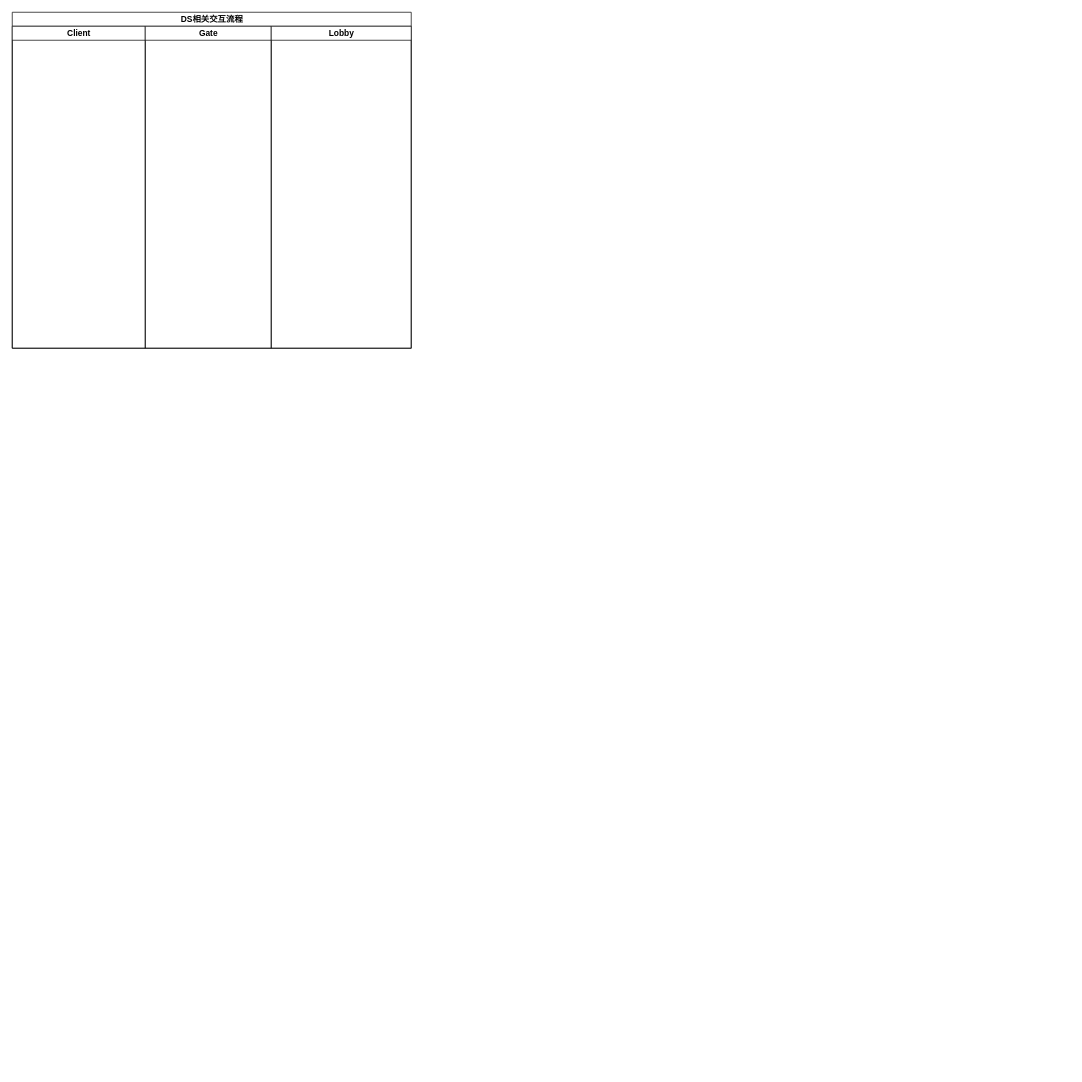
Earlier version of the draw.io diagram 未命名绘图.drawio (doingli/udpprobe). Source tidied: cells renumbered, new cells numbered last; positions are measured from the earlier drawing's top-left corner, leaving out a move shared by most shapes. Both pictures are drawn from the tidied source at 70%, with x=0, y=0 at pixel (12, 12).
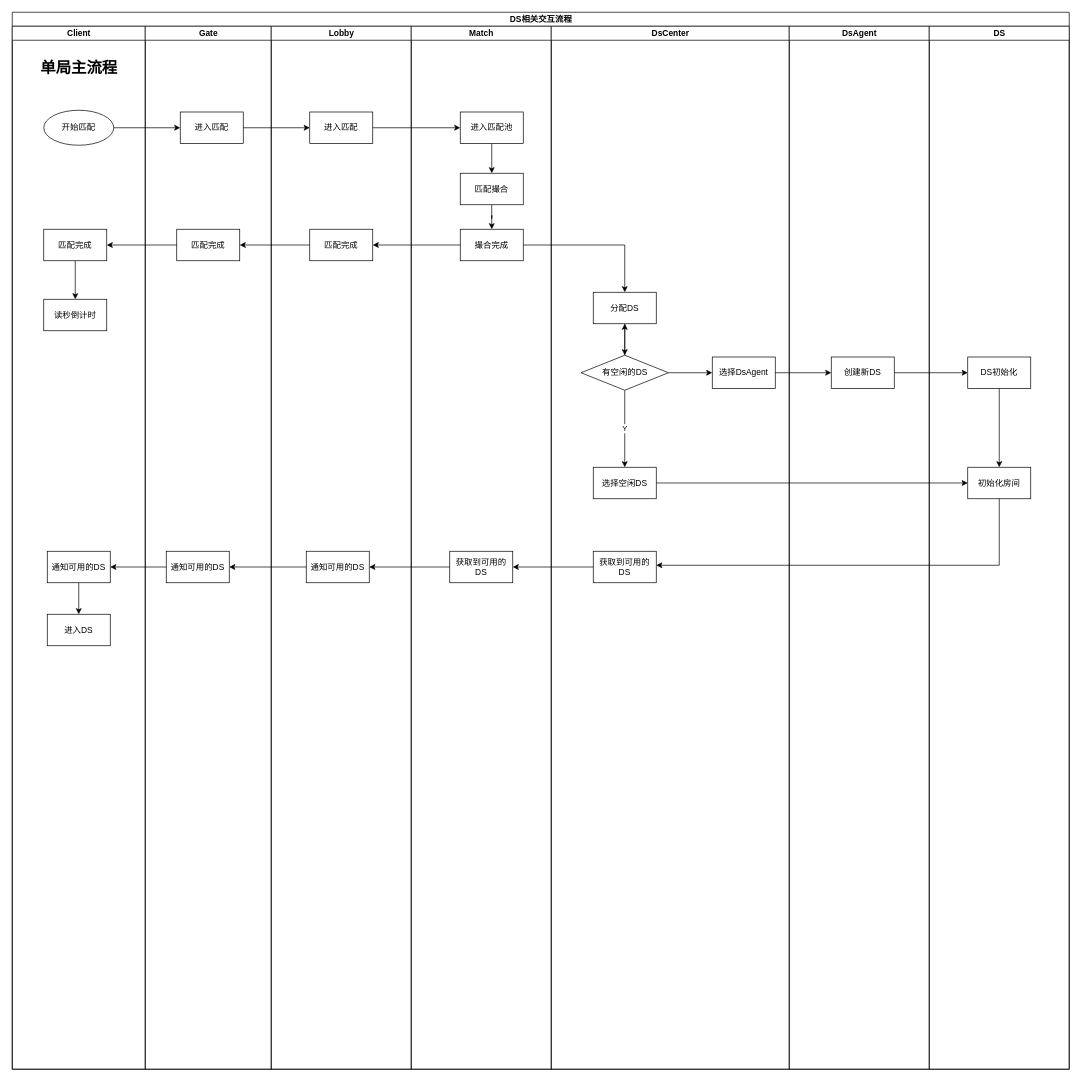
The same page after the edit.

Commit message:
更新未命名绘图.drawio

Change to the diagram source:
```diff
@@
     <mxCell id="2" value="DS相关交互流程" style="swimlane;startSize=20;html=1;" parent="1" vertex="1">
-      <mxGeometry width="570" height="480" as="geometry" />
+      <mxGeometry width="1510" height="1510" as="geometry" />
     </mxCell>
     <mxCell id="3" value="Client" style="swimlane;startSize=20;html=1;" parent="2" vertex="1">
-      <mxGeometry y="20" width="190" height="460" as="geometry" />
+      <mxGeometry y="20" width="190" height="1490" as="geometry" />
     </mxCell>
+    <mxCell id="6" value="开始匹配" style="ellipse;whiteSpace=wrap;html=1;" parent="3" vertex="1">
+      <mxGeometry x="45" y="120" width="100" height="50" as="geometry" />
+    </mxCell>
+    <mxCell id="7" style="edgeStyle=orthogonalEdgeStyle;rounded=0;jettySize=auto;html=1;exitX=0.5;exitY=1;exitDx=0;exitDy=0;entryX=0.5;entryY=0;entryDx=0;entryDy=0;" parent="3" edge="1" source="8" target="9">
+      <mxGeometry relative="1" as="geometry" />
+    </mxCell>
+    <mxCell id="8" value="匹配完成" style="rounded=0;whiteSpace=wrap;html=1;" parent="3" vertex="1">
+      <mxGeometry x="45" y="290" width="90" height="45" as="geometry" />
+    </mxCell>
+    <mxCell id="9" value="读秒倒计时" style="rounded=0;whiteSpace=wrap;html=1;" parent="3" vertex="1">
+      <mxGeometry x="45" y="390" width="90" height="45" as="geometry" />
+    </mxCell>
+    <mxCell id="10" style="edgeStyle=orthogonalEdgeStyle;rounded=0;jettySize=auto;html=1;entryX=0.5;entryY=0;entryDx=0;entryDy=0;" parent="3" edge="1" source="11" target="12">
+      <mxGeometry relative="1" as="geometry" />
+    </mxCell>
+    <mxCell id="11" value="通知可用的DS" style="rounded=0;whiteSpace=wrap;html=1;" parent="3" vertex="1">
+      <mxGeometry x="50" y="750" width="90" height="45" as="geometry" />
+    </mxCell>
+    <mxCell id="12" value="进入DS" style="rounded=0;whiteSpace=wrap;html=1;" parent="3" vertex="1">
+      <mxGeometry x="50" y="840" width="90" height="45" as="geometry" />
+    </mxCell>
+    <mxCell id="13" value="&lt;font style=&quot;font-size: 22px;&quot;&gt;&lt;b&gt;单局主流程&lt;/b&gt;&lt;/font&gt;" style="text;html=1;strokeColor=none;fillColor=none;align=center;verticalAlign=middle;whiteSpace=wrap;rounded=0;" parent="3" vertex="1">
+      <mxGeometry x="8.8" y="30" width="172.5" height="60" as="geometry" />
+    </mxCell>
     <mxCell id="4" value="Gate" style="swimlane;startSize=20;html=1;" parent="2" vertex="1">
-      <mxGeometry x="190" y="20" width="180" height="460" as="geometry" />
+      <mxGeometry x="190" y="20" width="180" height="1490" as="geometry" />
     </mxCell>
+    <mxCell id="14" value="进入匹配" style="rounded=0;whiteSpace=wrap;html=1;" parent="4" vertex="1">
+      <mxGeometry x="50" y="122.5" width="90" height="45" as="geometry" />
+    </mxCell>
+    <mxCell id="15" value="匹配完成" style="rounded=0;whiteSpace=wrap;html=1;" parent="4" vertex="1">
+      <mxGeometry x="45" y="290" width="90" height="45" as="geometry" />
+    </mxCell>
+    <mxCell id="16" value="通知可用的DS" style="rounded=0;whiteSpace=wrap;html=1;" parent="4" vertex="1">
+      <mxGeometry x="30" y="750" width="90" height="45" as="geometry" />
+    </mxCell>
     <mxCell id="5" value="Lobby" style="swimlane;startSize=20;html=1;" parent="2" vertex="1">
-      <mxGeometry x="370" y="20" width="200" height="460" as="geometry" />
+      <mxGeometry x="370" y="20" width="200" height="1490" as="geometry" />
     </mxCell>
+    <mxCell id="17" value="进入匹配" style="rounded=0;whiteSpace=wrap;html=1;" parent="5" vertex="1">
+      <mxGeometry x="55" y="122.5" width="90" height="45" as="geometry" />
+    </mxCell>
+    <mxCell id="18" value="匹配完成" style="rounded=0;whiteSpace=wrap;html=1;" parent="5" vertex="1">
+      <mxGeometry x="55" y="290" width="90" height="45" as="geometry" />
+    </mxCell>
+    <mxCell id="19" value="通知可用的DS" style="rounded=0;whiteSpace=wrap;html=1;" parent="5" vertex="1">
+      <mxGeometry x="50" y="750" width="90" height="45" as="geometry" />
+    </mxCell>
+    <mxCell id="20" value="Match" style="swimlane;startSize=20;html=1;" parent="2" vertex="1">
+      <mxGeometry x="570" y="20" width="200" height="1490" as="geometry" />
+    </mxCell>
+    <mxCell id="21" style="edgeStyle=orthogonalEdgeStyle;rounded=0;jettySize=auto;html=1;exitX=0.5;exitY=1;exitDx=0;exitDy=0;" parent="20" edge="1" source="22" target="24">
+      <mxGeometry relative="1" as="geometry" />
+    </mxCell>
+    <mxCell id="22" value="进入匹配池" style="rounded=0;whiteSpace=wrap;html=1;" parent="20" vertex="1">
+      <mxGeometry x="70" y="122.5" width="90" height="45" as="geometry" />
+    </mxCell>
+    <mxCell id="23" style="edgeStyle=orthogonalEdgeStyle;rounded=0;jettySize=auto;html=1;exitX=0.5;exitY=1;exitDx=0;exitDy=0;" parent="20" edge="1" source="24" target="25">
+      <mxGeometry relative="1" as="geometry" />
+    </mxCell>
+    <mxCell id="24" value="匹配撮合" style="rounded=0;whiteSpace=wrap;html=1;" parent="20" vertex="1">
+      <mxGeometry x="70" y="210" width="90" height="45" as="geometry" />
+    </mxCell>
+    <mxCell id="25" value="撮合完成" style="rounded=0;whiteSpace=wrap;html=1;" parent="20" vertex="1">
+      <mxGeometry x="70" y="290" width="90" height="45" as="geometry" />
+    </mxCell>
+    <mxCell id="26" value="获取到可用的DS" style="rounded=0;whiteSpace=wrap;html=1;" parent="20" vertex="1">
+      <mxGeometry x="55" y="750" width="90" height="45" as="geometry" />
+    </mxCell>
+    <mxCell id="27" style="edgeStyle=orthogonalEdgeStyle;rounded=0;jettySize=auto;html=1;exitX=1;exitY=0.5;exitDx=0;exitDy=0;" parent="2" edge="1" source="35" target="49">
+      <mxGeometry relative="1" as="geometry" />
+    </mxCell>
+    <mxCell id="28" value="DsCenter" style="swimlane;startSize=20;html=1;" parent="2" vertex="1">
+      <mxGeometry x="770" y="20" width="340" height="1490" as="geometry" />
+    </mxCell>
+    <mxCell id="29" style="edgeStyle=orthogonalEdgeStyle;rounded=0;jettySize=auto;html=1;" parent="28" edge="1" source="30" target="34">
+      <mxGeometry relative="1" as="geometry" />
+    </mxCell>
+    <mxCell id="30" value="分配DS" style="rounded=0;whiteSpace=wrap;html=1;" parent="28" vertex="1">
+      <mxGeometry x="60" y="380" width="90" height="45" as="geometry" />
+    </mxCell>
+    <mxCell id="31" style="edgeStyle=orthogonalEdgeStyle;rounded=0;jettySize=auto;html=1;" parent="28" edge="1" source="34" target="30">
+      <mxGeometry relative="1" as="geometry" />
+    </mxCell>
+    <mxCell id="32" value="Y" style="edgeStyle=orthogonalEdgeStyle;rounded=0;jettySize=auto;html=1;" parent="28" edge="1" source="34" target="35">
+      <mxGeometry relative="1" as="geometry" />
+    </mxCell>
+    <mxCell id="33" style="edgeStyle=orthogonalEdgeStyle;rounded=0;jettySize=auto;html=1;entryX=0;entryY=0.5;entryDx=0;entryDy=0;" parent="28" edge="1" source="34" target="36">
+      <mxGeometry relative="1" as="geometry" />
+    </mxCell>
+    <mxCell id="34" value="有空闲的DS" style="rhombus;whiteSpace=wrap;html=1;" parent="28" vertex="1">
+      <mxGeometry x="42.5" y="470" width="125" height="50" as="geometry" />
+    </mxCell>
+    <mxCell id="35" value="选择空闲DS" style="rounded=0;whiteSpace=wrap;html=1;" parent="28" vertex="1">
+      <mxGeometry x="60" y="630" width="90" height="45" as="geometry" />
+    </mxCell>
+    <mxCell id="36" value="选择DsAgent" style="rounded=0;whiteSpace=wrap;html=1;" parent="28" vertex="1">
+      <mxGeometry x="230" y="472.5" width="90" height="45" as="geometry" />
+    </mxCell>
+    <mxCell id="37" value="获取到可用的DS" style="rounded=0;whiteSpace=wrap;html=1;" parent="28" vertex="1">
+      <mxGeometry x="60" y="750" width="90" height="45" as="geometry" />
+    </mxCell>
+    <mxCell id="38" value="DsAgent" style="swimlane;startSize=20;html=1;" parent="2" vertex="1">
+      <mxGeometry x="1110" y="20" width="200" height="1490" as="geometry" />
+    </mxCell>
+    <mxCell id="39" value="创建新DS" style="rounded=0;whiteSpace=wrap;html=1;" parent="38" vertex="1">
+      <mxGeometry x="60" y="472.5" width="90" height="45" as="geometry" />
+    </mxCell>
+    <mxCell id="40" style="edgeStyle=orthogonalEdgeStyle;rounded=0;jettySize=auto;html=1;exitX=1;exitY=0.5;exitDx=0;exitDy=0;entryX=0;entryY=0.5;entryDx=0;entryDy=0;" parent="2" edge="1" source="6" target="14">
+      <mxGeometry relative="1" as="geometry" />
+    </mxCell>
+    <mxCell id="41" style="edgeStyle=orthogonalEdgeStyle;rounded=0;jettySize=auto;html=1;exitX=1;exitY=0.5;exitDx=0;exitDy=0;" parent="2" edge="1" source="14" target="17">
+      <mxGeometry relative="1" as="geometry" />
+    </mxCell>
+    <mxCell id="42" style="edgeStyle=orthogonalEdgeStyle;rounded=0;jettySize=auto;html=1;exitX=1;exitY=0.5;exitDx=0;exitDy=0;" parent="2" edge="1" source="17" target="22">
+      <mxGeometry relative="1" as="geometry" />
+    </mxCell>
+    <mxCell id="43" style="edgeStyle=orthogonalEdgeStyle;rounded=0;jettySize=auto;html=1;entryX=1;entryY=0.5;entryDx=0;entryDy=0;" parent="2" edge="1" source="25" target="18">
+      <mxGeometry relative="1" as="geometry" />
+    </mxCell>
+    <mxCell id="44" style="edgeStyle=orthogonalEdgeStyle;rounded=0;jettySize=auto;html=1;exitX=0;exitY=0.5;exitDx=0;exitDy=0;entryX=1;entryY=0.5;entryDx=0;entryDy=0;" parent="2" edge="1" source="18" target="15">
+      <mxGeometry relative="1" as="geometry" />
+    </mxCell>
+    <mxCell id="45" style="edgeStyle=orthogonalEdgeStyle;rounded=0;jettySize=auto;html=1;exitX=0;exitY=0.5;exitDx=0;exitDy=0;" parent="2" edge="1" source="15" target="8">
+      <mxGeometry relative="1" as="geometry" />
+    </mxCell>
+    <mxCell id="46" style="edgeStyle=orthogonalEdgeStyle;rounded=0;jettySize=auto;html=1;" parent="2" edge="1" source="36" target="39">
+      <mxGeometry relative="1" as="geometry" />
+    </mxCell>
+    <mxCell id="47" style="edgeStyle=orthogonalEdgeStyle;rounded=0;jettySize=auto;html=1;" parent="2" edge="1" source="39" target="51">
+      <mxGeometry relative="1" as="geometry" />
+    </mxCell>
+    <mxCell id="48" value="DS" style="swimlane;startSize=20;html=1;" parent="2" vertex="1">
+      <mxGeometry x="1310" y="20" width="200" height="1490" as="geometry" />
+    </mxCell>
+    <mxCell id="49" value="初始化房间" style="rounded=0;whiteSpace=wrap;html=1;" parent="48" vertex="1">
+      <mxGeometry x="55" y="630" width="90" height="45" as="geometry" />
+    </mxCell>
+    <mxCell id="50" style="edgeStyle=orthogonalEdgeStyle;rounded=0;jettySize=auto;html=1;entryX=0.5;entryY=0;entryDx=0;entryDy=0;" parent="48" edge="1" source="51" target="49">
+      <mxGeometry relative="1" as="geometry" />
+    </mxCell>
+    <mxCell id="51" value="DS初始化" style="rounded=0;whiteSpace=wrap;html=1;" parent="48" vertex="1">
+      <mxGeometry x="55" y="472.5" width="90" height="45" as="geometry" />
+    </mxCell>
+    <mxCell id="52" style="edgeStyle=orthogonalEdgeStyle;rounded=0;jettySize=auto;html=1;" parent="2" edge="1" source="25" target="30">
+      <mxGeometry relative="1" as="geometry" />
+    </mxCell>
+    <mxCell id="53" style="edgeStyle=orthogonalEdgeStyle;rounded=0;jettySize=auto;html=1;exitX=0.5;exitY=1;exitDx=0;exitDy=0;" parent="2" edge="1" source="49" target="37">
+      <mxGeometry relative="1" as="geometry">
+        <Array as="points">
+          <mxPoint x="1410" y="790" />
+        </Array>
+      </mxGeometry>
+    </mxCell>
+    <mxCell id="54" style="edgeStyle=orthogonalEdgeStyle;rounded=0;jettySize=auto;html=1;" parent="2" edge="1" source="37" target="26">
+      <mxGeometry relative="1" as="geometry" />
+    </mxCell>
+    <mxCell id="55" style="edgeStyle=orthogonalEdgeStyle;rounded=0;jettySize=auto;html=1;entryX=1;entryY=0.5;entryDx=0;entryDy=0;" parent="2" edge="1" source="26" target="19">
+      <mxGeometry relative="1" as="geometry" />
+    </mxCell>
+    <mxCell id="56" style="edgeStyle=orthogonalEdgeStyle;rounded=0;jettySize=auto;html=1;" parent="2" edge="1" source="19" target="16">
+      <mxGeometry relative="1" as="geometry" />
+    </mxCell>
+    <mxCell id="57" style="edgeStyle=orthogonalEdgeStyle;rounded=0;jettySize=auto;html=1;" parent="2" edge="1" source="16" target="11">
+      <mxGeometry relative="1" as="geometry" />
+    </mxCell>
```
